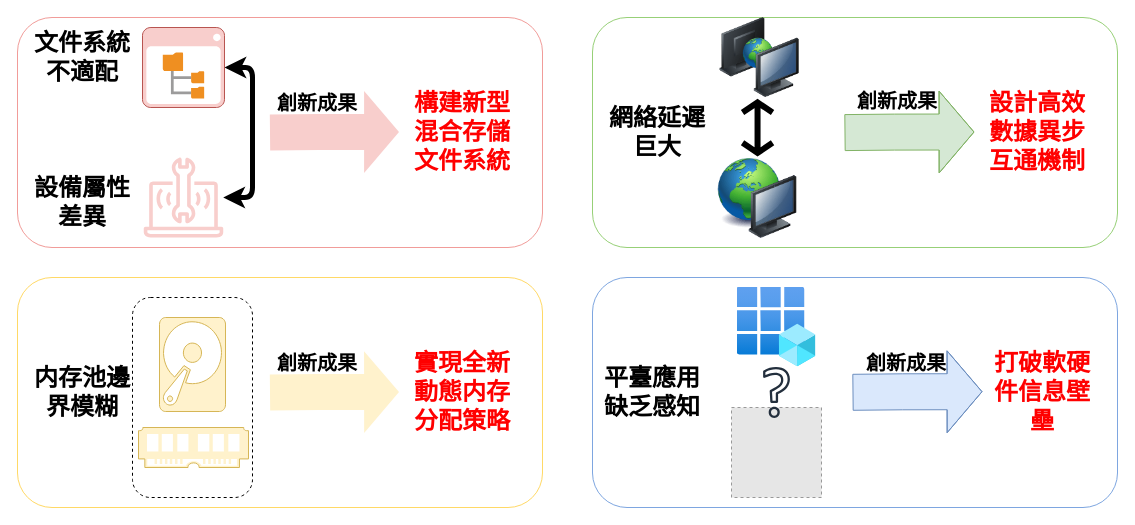
Earlier version of the draw.io diagram 创新点.drawio (icszhr/aomenNVM). Source tidied: cells renumbered, new cells numbered last; positions are measured from the earlier drawing's top-left corner, leaving out a move shared by most shapes. Both pictures are drawn from the tidied source at 100%, with x=0, y=0 at pixel (17, 17). Pictures stored in the file or linked from it are replaced by grey dashed boxes.
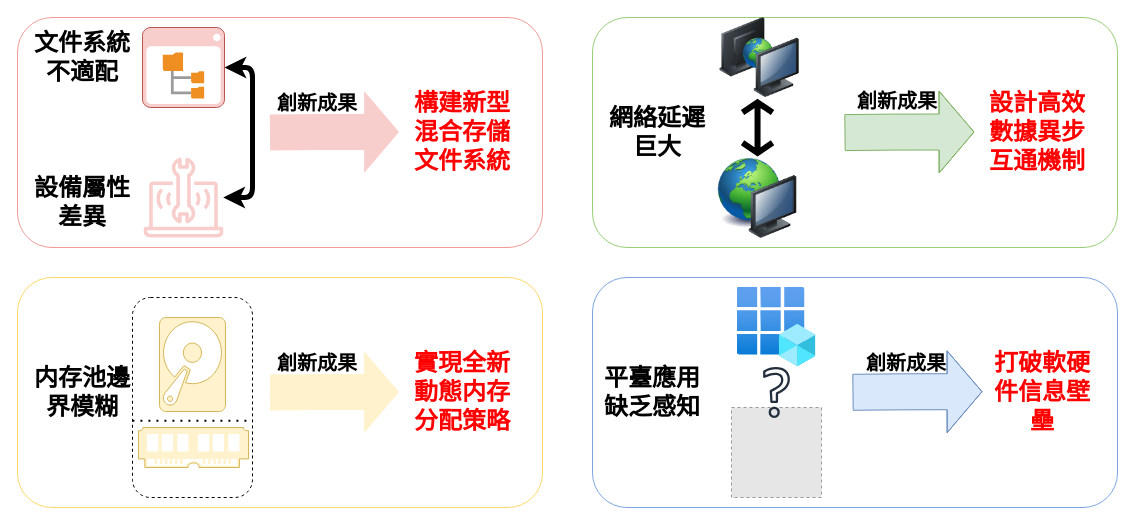
The same page after the edit.

Commit message (it also covers changes not shown here):
更新创新点.drawio

Unchanged cells that the change refers to:
```xml
<mxCell id="14" style="rounded=1;whiteSpace=wrap;html=1;fillColor=none;dashed=1;" parent="11" vertex="1">
  <mxGeometry width="120" height="200" as="geometry" />
</mxCell>
<mxCell id="15" value="&lt;span style=&quot;font-size: 24px;&quot;&gt;&lt;b&gt;内存池邊界模糊&lt;br&gt;&lt;/b&gt;&lt;/span&gt;" style="rounded=0;whiteSpace=wrap;html=1;fillColor=none;strokeColor=none;" parent="1" vertex="1">
  <mxGeometry x="15" y="340" width="100" height="70" as="geometry" />
</mxCell>
```

Diff of the diagram source:
```diff
@@
+    <mxCell id="37" style="endArrow=none;dashed=1;html=1;dashPattern=1 3;strokeWidth=2;rounded=0;exitX=0.999;exitY=0.902;exitDx=0;exitDy=0;entryX=1.005;entryY=0.616;entryDx=0;entryDy=0;entryPerimeter=0;exitPerimeter=0;" parent="1" edge="1" source="15" target="14">
+      <mxGeometry relative="1" as="geometry" />
+    </mxCell>
```
